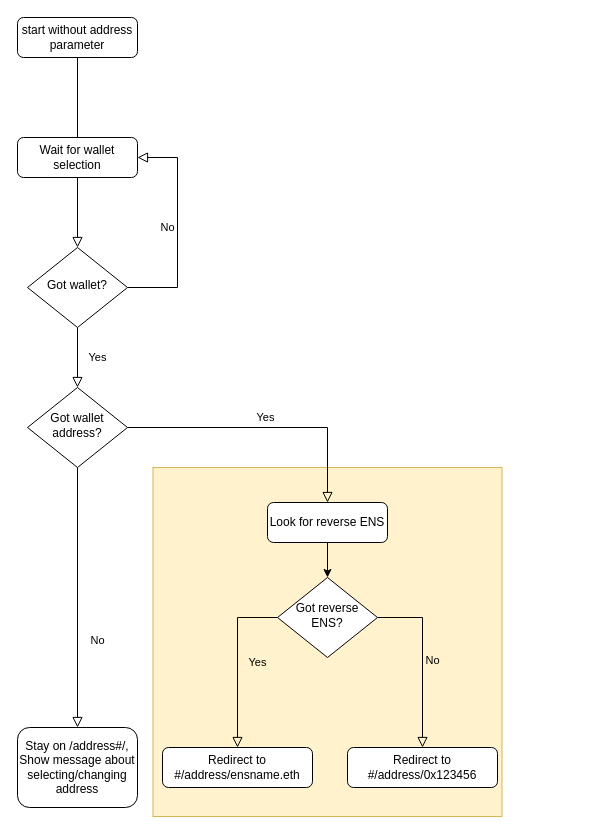
Above: page "no address param" (1 of 2) of address_routing.drawio in TripleSpeeder/token-allowance-checker (draw.io), before the change. Source tidied: cells renumbered, new cells numbered last; positions are measured from the earlier drawing's top-left corner, leaving out a move shared by most shapes. Both pictures are drawn from the tidied source at 100%, with x=0, y=0 at pixel (17, 17).
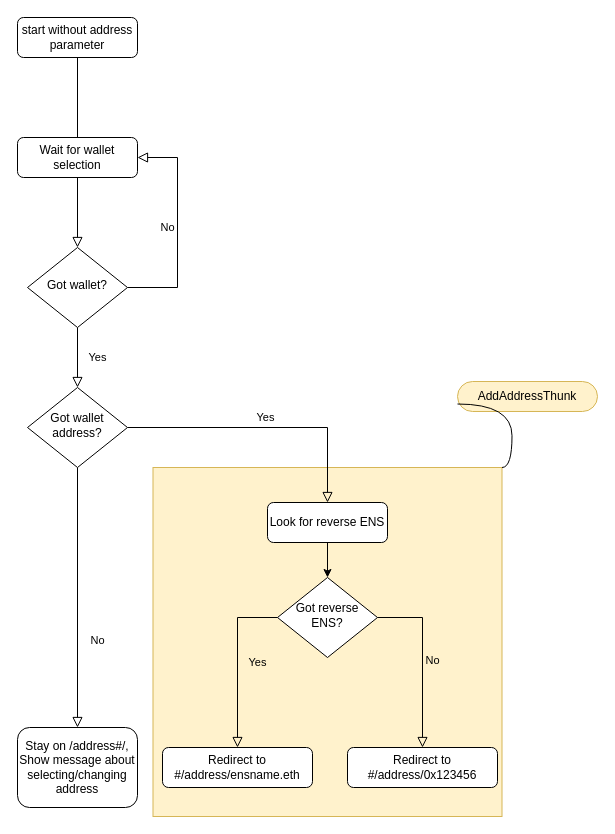
After the change.

Change to the diagram source:
```diff
@@
+    <mxCell id="20" style="group;" parent="1" vertex="1">
+      <mxGeometry x="135.5" y="364" width="444.5" height="435" as="geometry" />
+    </mxCell>
-    <mxCell id="2" style="whiteSpace=wrap;html=1;fillColor=#fff2cc;strokeColor=#d6b656;" parent="1" vertex="1">
-      <mxGeometry x="135.5" y="450" width="349" height="349" as="geometry" />
+    <mxCell id="2" style="whiteSpace=wrap;html=1;fillColor=#fff2cc;strokeColor=#d6b656;" parent="20" vertex="1">
+      <mxGeometry y="86" width="349" height="349" as="geometry" />
     </mxCell>
+    <mxCell id="21" value="AddAddressThunk" style="whiteSpace=wrap;html=1;rounded=1;arcSize=50;align=center;verticalAlign=middle;strokeWidth=1;spacing=4;fillColor=#fff2cc;strokeColor=#d6b656;" parent="20" vertex="1">
+      <mxGeometry x="304.5" width="140" height="30" as="geometry" />
+    </mxCell>
+    <mxCell id="22" style="edgeStyle=entityRelationEdgeStyle;startArrow=none;endArrow=none;segment=10;curved=1;entryX=0;entryY=0.75;entryDx=0;entryDy=0;" parent="20" edge="1" target="21">
+      <mxGeometry relative="1" as="geometry">
+        <mxPoint x="349" y="86" as="sourcePoint" />
+      </mxGeometry>
+    </mxCell>
```
